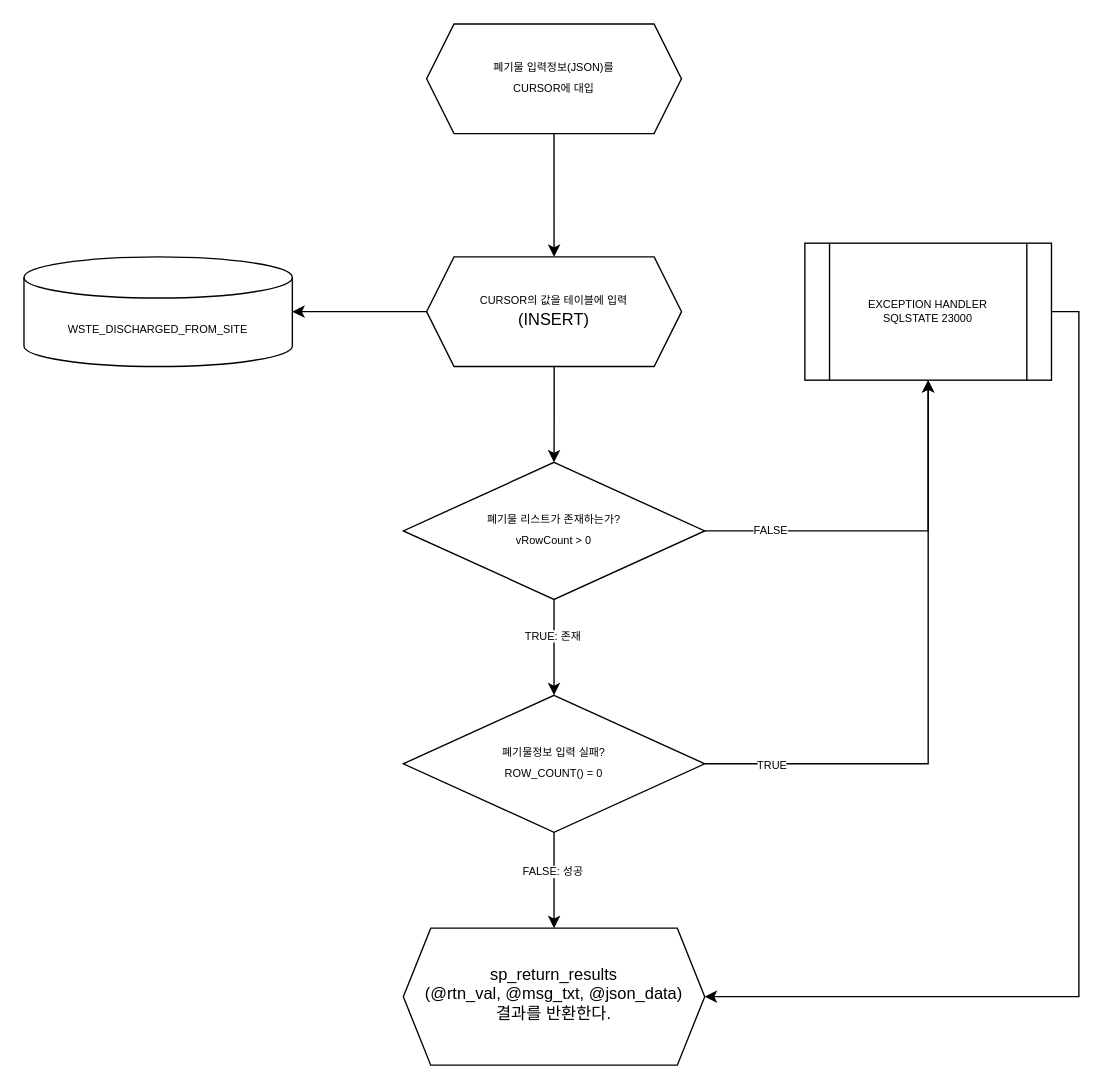
Leo-Nam/stored-procedures keeps this draw.io diagram as drawio/sp_create_site_wste_discharged.drawio. Above is the earlier version. Source tidied: cells renumbered, new cells numbered last; positions are measured from the earlier drawing's top-left corner, leaving out a move shared by most shapes. Both pictures are drawn from the tidied source at 137%, with x=0, y=0 at pixel (23, 23).
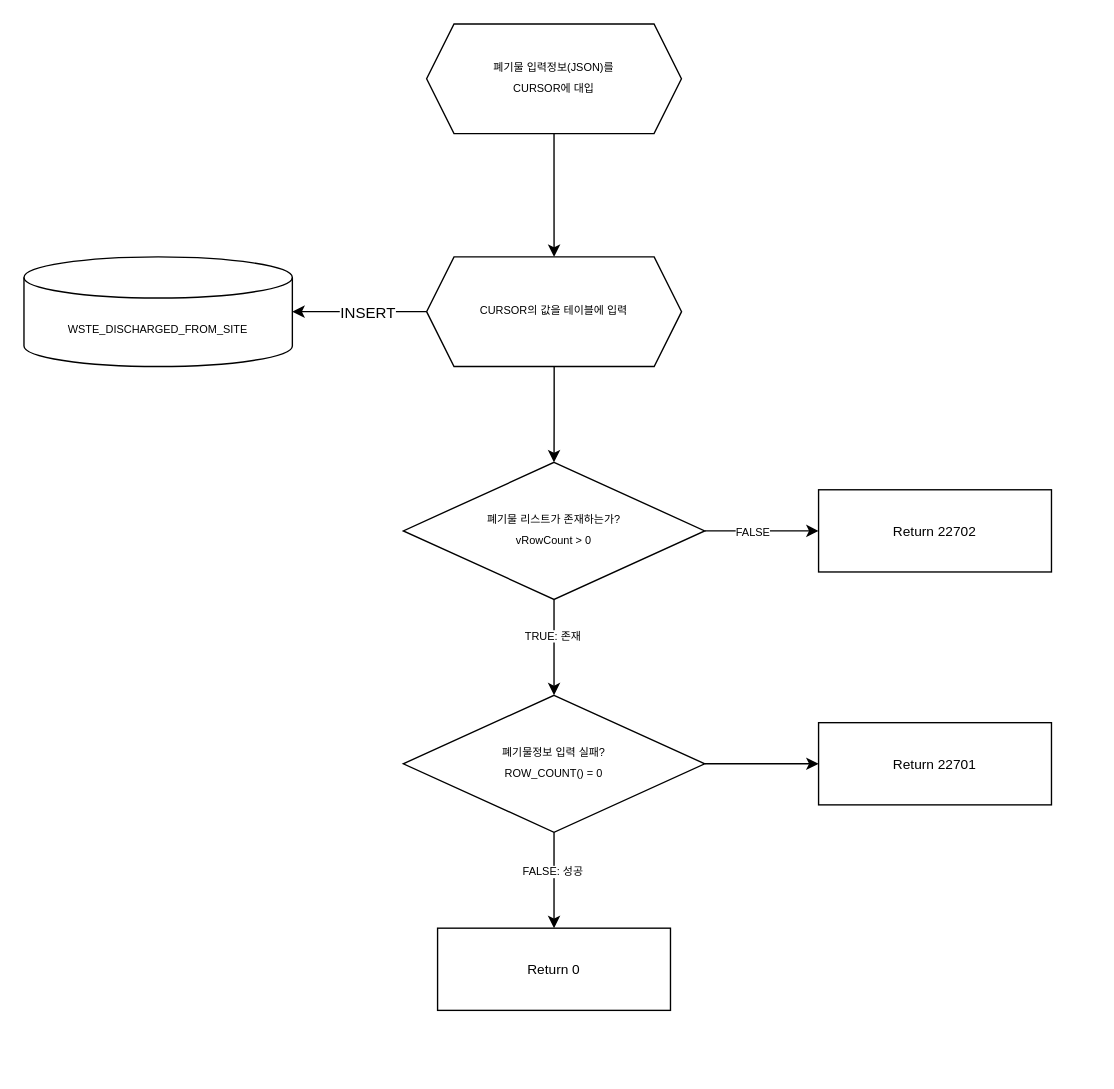
The same page after the edit.

The change refers to these unchanged cells:
```xml
<mxCell id="5" style="edgeStyle=orthogonalEdgeStyle;rounded=0;jettySize=auto;html=1;entryX=1;entryY=0.5;entryDx=0;entryDy=0;entryPerimeter=0;fontSize=8;" parent="1" edge="1" source="6" target="12">
  <mxGeometry relative="1" as="geometry" />
</mxCell>
<mxCell id="11" value="&lt;span style=&quot;font-size: 8px&quot;&gt;폐기물 리스트가 존재하는가?&lt;/span&gt;&lt;br&gt;&lt;span style=&quot;font-size: 8px&quot;&gt;vRowCount &amp;gt; 0&lt;/span&gt;" style="rhombus;whiteSpace=wrap;html=1;shadow=0;strokeWidth=1;spacing=6;spacingTop=-4;" parent="1" vertex="1">
  <mxGeometry x="276.9" y="320" width="220" height="100" as="geometry" />
</mxCell>
<mxCell id="17" value="&lt;font style=&quot;font-size: 8px&quot;&gt;폐기물정보 입력 실패?&lt;br&gt;ROW_COUNT() = 0&lt;/font&gt;" style="rhombus;whiteSpace=wrap;html=1;shadow=0;strokeWidth=1;spacing=6;spacingTop=-4;" parent="1" vertex="1">
  <mxGeometry x="276.9" y="490" width="220" height="100" as="geometry" />
</mxCell>
```

Diff of the diagram source:
```diff
@@
+    <mxCell id="21" value="INSERT" style="edgeLabel;html=1;align=center;verticalAlign=middle;" parent="5" vertex="1">
+      <mxGeometry x="-0.13" relative="1" as="geometry" />
+    </mxCell>
-    <mxCell id="6" value="&lt;span style=&quot;font-size: 8px&quot;&gt;CURSOR의 값을 테이블에 입력&lt;br&gt;&lt;/span&gt;(INSERT)" style="shape=hexagon;perimeter=hexagonPerimeter2;whiteSpace=wrap;html=1;fixedSize=1;shadow=0;strokeWidth=1;spacing=6;spacingTop=-4;" parent="1" vertex="1">
+    <mxCell id="6" value="&lt;span style=&quot;font-size: 8px&quot;&gt;CURSOR의 값을 테이블에 입력&lt;/span&gt;" style="shape=hexagon;perimeter=hexagonPerimeter2;whiteSpace=wrap;html=1;fixedSize=1;shadow=0;strokeWidth=1;spacing=6;spacingTop=-4;" parent="1" vertex="1">
       <mxGeometry x="293.9" y="170" width="186.1" height="80" as="geometry" />
     </mxCell>
@@
-    <mxCell id="9" style="edgeStyle=orthogonalEdgeStyle;rounded=0;jettySize=auto;html=1;entryX=0.5;entryY=1;entryDx=0;entryDy=0;fontSize=8;" parent="1" edge="1" source="11" target="19">
+    <mxCell id="9" style="edgeStyle=orthogonalEdgeStyle;rounded=0;jettySize=auto;html=1;entryX=0;entryY=0.5;entryDx=0;entryDy=0;fontSize=8;" parent="1" edge="1" source="11" target="23">
       <mxGeometry relative="1" as="geometry" />
     </mxCell>
     <mxCell id="10" value="FALSE" style="edgeLabel;html=1;align=center;verticalAlign=middle;fontSize=8;" parent="9" vertex="1">
-      <mxGeometry x="-0.65" y="1" relative="1" as="geometry" />
+      <mxGeometry x="-0.65" y="1" relative="1" as="geometry">
+        <mxPoint x="20" y="1" as="offset" />
+      </mxGeometry>
     </mxCell>
@@
-    <mxCell id="13" style="edgeStyle=orthogonalEdgeStyle;rounded=0;jettySize=auto;html=1;entryX=0.5;entryY=1;entryDx=0;entryDy=0;fontSize=8;" parent="1" edge="1" source="17" target="19">
-      <mxGeometry relative="1" as="geometry" />
-    </mxCell>
-    <mxCell id="14" value="TRUE" style="edgeLabel;html=1;align=center;verticalAlign=middle;fontSize=8;" parent="13" vertex="1">
-      <mxGeometry x="-0.78" relative="1" as="geometry" />
-    </mxCell>
-    <mxCell id="15" style="edgeStyle=orthogonalEdgeStyle;rounded=0;jettySize=auto;html=1;fontSize=8;" parent="1" edge="1" source="17" target="20">
+    <mxCell id="15" style="edgeStyle=orthogonalEdgeStyle;rounded=0;jettySize=auto;html=1;fontSize=8;entryX=0.5;entryY=0;entryDx=0;entryDy=0;" parent="1" edge="1" source="17" target="25">
       <mxGeometry relative="1" as="geometry" />
     </mxCell>
@@
+    <mxCell id="22" style="edgeStyle=none;html=1;fontSize=10;" parent="1" edge="1" source="17" target="24">
+      <mxGeometry relative="1" as="geometry" />
+    </mxCell>
@@
-    <mxCell id="18" style="edgeStyle=orthogonalEdgeStyle;rounded=0;jettySize=auto;html=1;entryX=1;entryY=0.5;entryDx=0;entryDy=0;fontSize=8;" parent="1" edge="1" source="19" target="20">
-      <mxGeometry relative="1" as="geometry">
-        <Array as="points">
-          <mxPoint x="770" y="210" />
-          <mxPoint x="770" y="710" />
-        </Array>
-      </mxGeometry>
-    </mxCell>
-    <mxCell id="19" value="EXCEPTION HANDLER&lt;br&gt;SQLSTATE 23000" style="shape=process;whiteSpace=wrap;html=1;backgroundOutline=1;fontSize=8;" parent="1" vertex="1">
-      <mxGeometry x="570" y="160" width="180" height="100" as="geometry" />
-    </mxCell>
-    <mxCell id="20" value="sp_return_results&lt;br&gt;(@rtn_val, @msg_txt, @json_data)&lt;br&gt;결과를 반환한다." style="shape=hexagon;perimeter=hexagonPerimeter2;whiteSpace=wrap;html=1;fixedSize=1;shadow=0;strokeWidth=1;spacing=6;spacingTop=-4;" parent="1" vertex="1">
-      <mxGeometry x="276.9" y="660" width="220" height="100" as="geometry" />
-    </mxCell>
+    <mxCell id="23" value="&lt;span&gt;Return 22702&lt;/span&gt;" style="rounded=0;whiteSpace=wrap;html=1;fontSize=10;" parent="1" vertex="1">
+      <mxGeometry x="580" y="340" width="170" height="60" as="geometry" />
+    </mxCell>
+    <mxCell id="24" value="&lt;span&gt;Return 22701&lt;/span&gt;" style="rounded=0;whiteSpace=wrap;html=1;fontSize=10;" parent="1" vertex="1">
+      <mxGeometry x="580" y="510" width="170" height="60" as="geometry" />
+    </mxCell>
+    <mxCell id="25" value="&lt;span&gt;Return 0&lt;/span&gt;" style="rounded=0;whiteSpace=wrap;html=1;fontSize=10;" parent="1" vertex="1">
+      <mxGeometry x="301.9" y="660" width="170" height="60" as="geometry" />
+    </mxCell>
```
